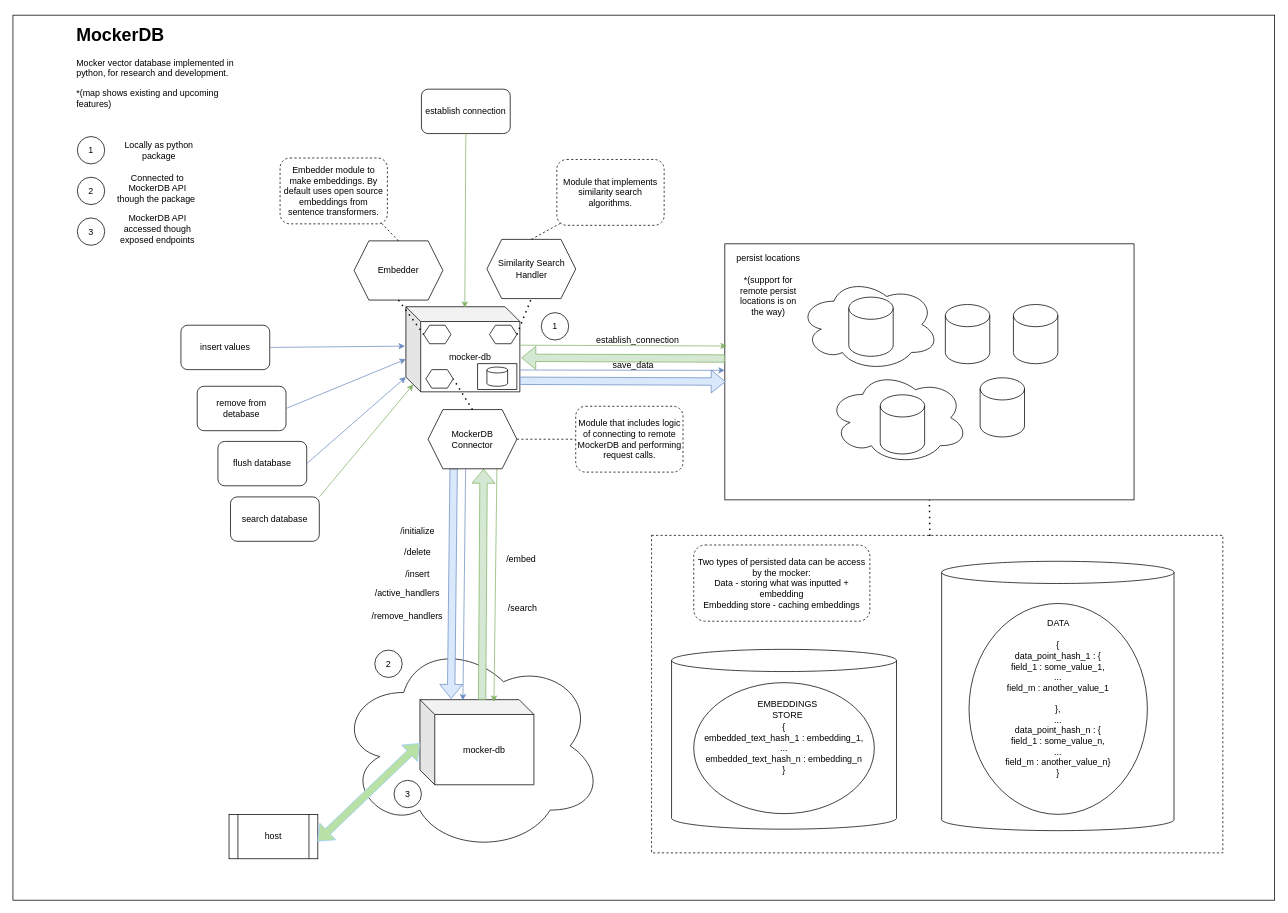
Kiril-Mordan/reusables keeps this draw.io diagram as drawio/mocker_db.drawio. Above is the earlier version. Source tidied: cells renumbered, new cells numbered last; positions are measured from the earlier drawing's top-left corner, leaving out a move shared by most shapes. Both pictures are drawn from the tidied source at 74%, with x=0, y=0 at pixel (13, 15).
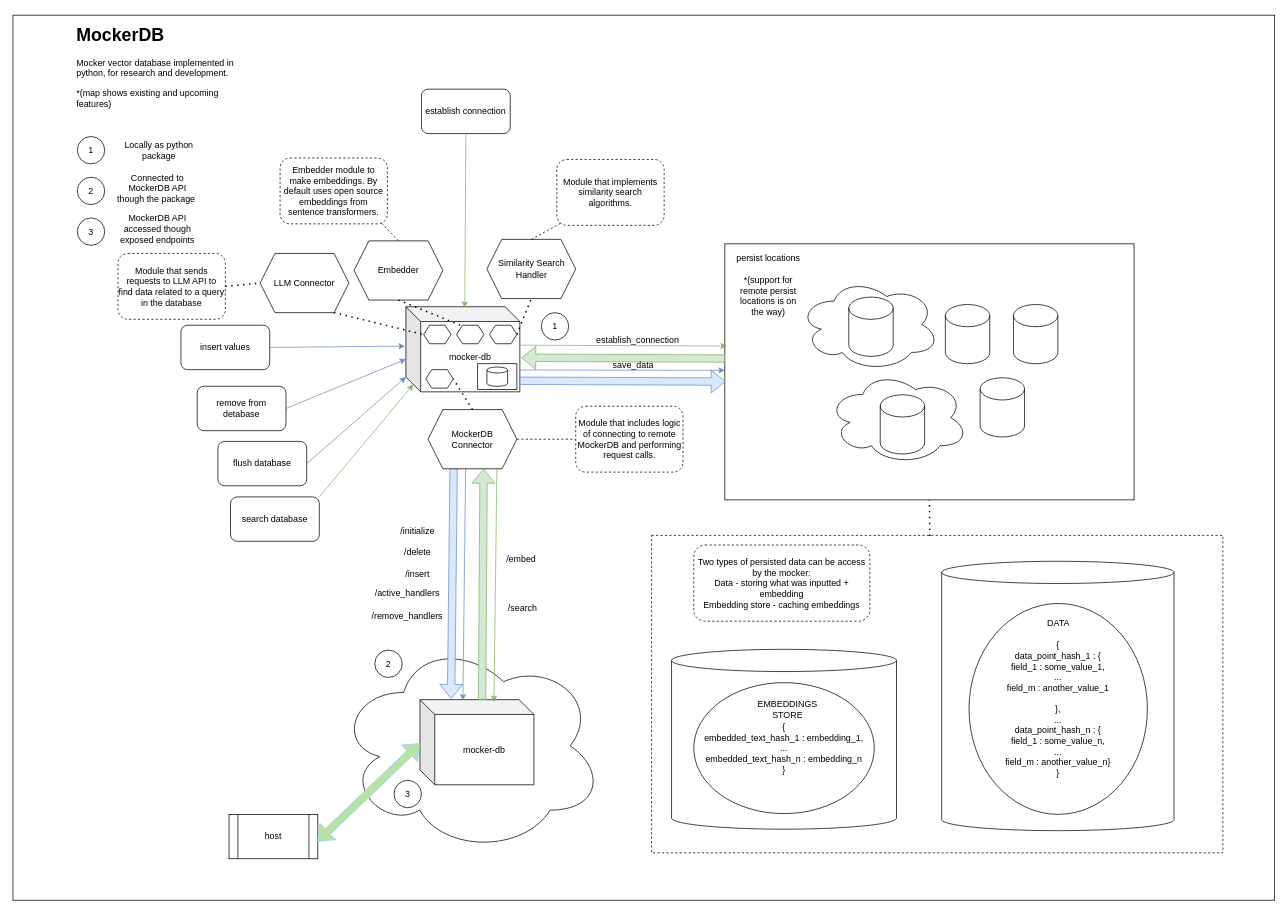
After the change.

Commit message (it also covers changes not shown here):
[mocker_db] minor fixes for initial llm filter; separate async search_database_async method

The change refers to these unchanged cells:
```xml
<mxCell id="32" value="Embedder" style="shape=hexagon;perimeter=hexagonPerimeter2;whiteSpace=wrap;html=1;fixedSize=1;" parent="1" vertex="1">
  <mxGeometry x="461" y="305" width="120" height="80" as="geometry" />
</mxCell>
<mxCell id="50" style="shape=hexagon;perimeter=hexagonPerimeter2;whiteSpace=wrap;html=1;fixedSize=1;size=8;" parent="1" vertex="1">
  <mxGeometry x="555" y="419" width="37" height="25" as="geometry" />
</mxCell>
```

Diff of the diagram source:
```diff
@@
-    <mxCell id="51" style="endArrow=none;dashed=1;html=1;dashPattern=1 3;strokeWidth=2;rounded=0;entryX=0;entryY=0.5;entryDx=0;entryDy=0;exitX=0.5;exitY=1;exitDx=0;exitDy=0;" parent="1" edge="1" source="32" target="50">
+    <mxCell id="51" style="endArrow=none;dashed=1;html=1;dashPattern=1 3;strokeWidth=2;rounded=0;entryX=0.227;entryY=0.053;entryDx=0;entryDy=0;exitX=0.5;exitY=1;exitDx=0;exitDy=0;entryPerimeter=0;" parent="1" edge="1" source="32" target="83">
       <mxGeometry relative="1" as="geometry" />
     </mxCell>
@@
+    <mxCell id="80" value="LLM Connector" style="shape=hexagon;perimeter=hexagonPerimeter2;whiteSpace=wrap;html=1;fixedSize=1;" parent="1" vertex="1">
+      <mxGeometry x="334" y="322" width="120" height="80" as="geometry" />
+    </mxCell>
+    <mxCell id="81" value="Module that sends requests to LLM API to find data related to a query in the database" style="rounded=1;whiteSpace=wrap;html=1;dashed=1;" parent="1" vertex="1">
+      <mxGeometry x="142" y="322" width="145" height="89" as="geometry" />
+    </mxCell>
+    <mxCell id="82" style="endArrow=none;dashed=1;html=1;dashPattern=1 3;strokeWidth=2;rounded=0;entryX=0;entryY=0.5;entryDx=0;entryDy=0;exitX=1;exitY=0.5;exitDx=0;exitDy=0;" parent="1" edge="1" source="81" target="80">
+      <mxGeometry relative="1" as="geometry" />
+    </mxCell>
+    <mxCell id="83" style="shape=hexagon;perimeter=hexagonPerimeter2;whiteSpace=wrap;html=1;fixedSize=1;size=8;" parent="1" vertex="1">
+      <mxGeometry x="599.5" y="419" width="37" height="25" as="geometry" />
+    </mxCell>
+    <mxCell id="84" style="endArrow=none;dashed=1;html=1;dashPattern=1 3;strokeWidth=2;rounded=0;entryX=0;entryY=0.5;entryDx=0;entryDy=0;exitX=0.832;exitY=1;exitDx=0;exitDy=0;exitPerimeter=0;" parent="1" edge="1" source="80" target="50">
+      <mxGeometry relative="1" as="geometry" />
+    </mxCell>
```
